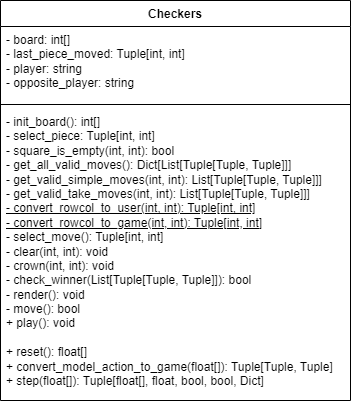
Earlier version of the draw.io export images/DraughtsUML.png (edgar-maddocks/NEA). Source tidied: cells renumbered, new cells last; positions are measured from the earlier drawing's top-left corner, leaving out a move shared by most shapes.
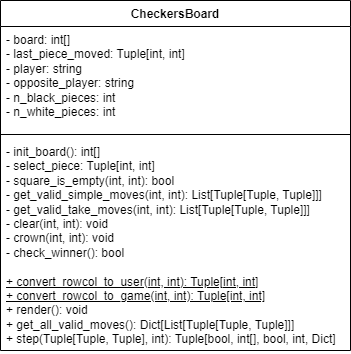
After the change.

Diff of the diagram source:
```diff
@@ -2,17 +2,17 @@
   <root>
     <mxCell id="0" />
     <mxCell id="1" parent="0" />
-    <mxCell id="2" value="Checkers" style="swimlane;fontStyle=1;align=center;verticalAlign=top;horizontal=1;startSize=26;whiteSpace=wrap;html=1;" parent="1" vertex="1">
-      <mxGeometry width="350" height="400" as="geometry" />
+    <mxCell id="2" value="CheckersBoard" style="swimlane;fontStyle=1;align=center;verticalAlign=top;horizontal=1;startSize=26;whiteSpace=wrap;html=1;" parent="1" vertex="1">
+      <mxGeometry width="350" height="350" as="geometry" />
     </mxCell>
-    <mxCell id="3" value="- board: int[]&lt;div&gt;- last_piece_moved: Tuple[int, int]&lt;/div&gt;&lt;div&gt;- player: string&lt;/div&gt;&lt;div&gt;- opposite_player: string&lt;/div&gt;" style="text;strokeColor=none;fillColor=none;align=left;verticalAlign=top;spacingLeft=4;spacingRight=4;overflow=hidden;whiteSpace=wrap;html=1;" parent="2" vertex="1">
-      <mxGeometry y="26" width="350" height="74" as="geometry" />
+    <mxCell id="3" value="- board: int[]&lt;div&gt;- last_piece_moved: Tuple[int, int]&lt;/div&gt;&lt;div&gt;- player: string&lt;/div&gt;&lt;div&gt;- opposite_player: string&lt;/div&gt;&lt;div&gt;- n_black_pieces: int&lt;/div&gt;&lt;div&gt;- n_white_pieces: int&lt;/div&gt;" style="text;strokeColor=none;fillColor=none;align=left;verticalAlign=top;spacingLeft=4;spacingRight=4;overflow=hidden;whiteSpace=wrap;html=1;" parent="2" vertex="1">
+      <mxGeometry y="26" width="350" height="104" as="geometry" />
     </mxCell>
     <mxCell id="4" style="line;strokeWidth=1;fillColor=none;align=left;verticalAlign=middle;spacingTop=-1;spacingLeft=3;spacingRight=3;labelPosition=right;strokeColor=inherit;" parent="2" vertex="1">
-      <mxGeometry y="100" width="350" height="8" as="geometry" />
+      <mxGeometry y="130" width="350" height="8" as="geometry" />
     </mxCell>
-    <mxCell id="5" value="- init_board(): int[]&lt;div&gt;- select_piece: Tuple[int, int]&lt;/div&gt;&lt;div&gt;- square_is_empty(int, int): bool&lt;/div&gt;&lt;div&gt;- get_all_valid_moves(): Dict[List[Tuple[Tuple, Tuple]]]&lt;/div&gt;&lt;div&gt;- get_valid_simple_moves(int, int): List[&lt;span style=&quot;background-color: initial;&quot;&gt;Tuple[Tuple, Tuple]]]&lt;/span&gt;&lt;/div&gt;&lt;div&gt;&lt;span style=&quot;background-color: initial;&quot;&gt;- get_valid_take_moves(int, int):&amp;nbsp;&lt;/span&gt;&lt;span style=&quot;background-color: initial;&quot;&gt;List[&lt;/span&gt;&lt;span style=&quot;background-color: initial;&quot;&gt;Tuple[Tuple, Tuple]]]&lt;/span&gt;&lt;/div&gt;&lt;div&gt;&lt;span style=&quot;background-color: initial;&quot;&gt;&lt;u&gt;- convert_rowcol_to_user(int, int): Tuple[int, int]&lt;/u&gt;&lt;/span&gt;&lt;/div&gt;&lt;div&gt;&lt;span style=&quot;background-color: initial;&quot;&gt;&lt;u&gt;- convert_rowcol_to_game(int, int): Tuple[int, int]&lt;/u&gt;&lt;/span&gt;&lt;/div&gt;&lt;div&gt;- select_move(): Tuple[int, int]&lt;/div&gt;&lt;div&gt;- clear(int, int): void&lt;/div&gt;&lt;div&gt;&lt;div&gt;- crown(int, int): void&lt;/div&gt;&lt;/div&gt;&lt;div&gt;- check_winner(List[Tuple[Tuple, Tuple]]): bool&lt;/div&gt;&lt;div&gt;- render(): void&lt;/div&gt;&lt;div&gt;- move(): bool&lt;/div&gt;&lt;div&gt;&lt;span style=&quot;background-color: initial;&quot;&gt;+ play(): void&lt;/span&gt;&lt;br&gt;&lt;/div&gt;&lt;div&gt;&lt;br&gt;&lt;/div&gt;&lt;div&gt;+ reset(): float[]&lt;/div&gt;&lt;div&gt;+ convert_model_action_to_game(float[]): Tuple[Tuple, Tuple]&lt;/div&gt;&lt;div&gt;+ step(float[]): Tuple[float[], float, bool, bool, Dict]&lt;/div&gt;" style="text;strokeColor=none;fillColor=none;align=left;verticalAlign=top;spacingLeft=4;spacingRight=4;overflow=hidden;whiteSpace=wrap;html=1;" parent="2" vertex="1">
-      <mxGeometry y="108" width="350" height="292" as="geometry" />
+    <mxCell id="5" value="- init_board(): int[]&lt;div&gt;- select_piece: Tuple[int, int]&lt;/div&gt;&lt;div&gt;- square_is_empty(int, int): bool&lt;/div&gt;&lt;div&gt;&lt;span style=&quot;background-color: initial;&quot;&gt;- get_valid_simple_moves(int, int): List[&lt;/span&gt;&lt;span style=&quot;background-color: initial;&quot;&gt;Tuple[Tuple, Tuple]]]&lt;/span&gt;&lt;br&gt;&lt;/div&gt;&lt;div&gt;&lt;span style=&quot;background-color: initial;&quot;&gt;- get_valid_take_moves(int, int):&amp;nbsp;&lt;/span&gt;&lt;span style=&quot;background-color: initial;&quot;&gt;List[&lt;/span&gt;&lt;span style=&quot;background-color: initial;&quot;&gt;Tuple[Tuple, Tuple]]]&lt;/span&gt;&lt;/div&gt;&lt;div&gt;&lt;span style=&quot;background-color: initial;&quot;&gt;- clear(int, int): void&lt;/span&gt;&lt;br&gt;&lt;/div&gt;&lt;div&gt;&lt;div&gt;- crown(int, int): void&lt;/div&gt;&lt;/div&gt;&lt;div&gt;- check_winner(): bool&lt;/div&gt;&lt;div&gt;&lt;br&gt;&lt;/div&gt;&lt;div&gt;&lt;div&gt;&lt;span style=&quot;background-color: initial;&quot;&gt;&lt;u&gt;+ convert_rowcol_to_user(int, int): Tuple[int, int]&lt;/u&gt;&lt;/span&gt;&lt;/div&gt;&lt;/div&gt;&lt;div&gt;&lt;div&gt;&lt;span style=&quot;background-color: initial;&quot;&gt;&lt;u&gt;+ convert_rowcol_to_game(int, int): Tuple[int, int]&lt;/u&gt;&lt;/span&gt;&lt;/div&gt;&lt;/div&gt;&lt;div&gt;&lt;div&gt;+ render(): void&lt;/div&gt;&lt;/div&gt;&lt;div&gt;&lt;div&gt;+ get_all_valid_moves(): Dict[List[Tuple[Tuple, Tuple]]]&lt;/div&gt;&lt;/div&gt;&lt;div&gt;+ step(Tuple[Tuple, Tuple], int): Tuple[bool, int[], bool, int, Dict]&lt;/div&gt;&lt;div&gt;&lt;div&gt;&lt;br&gt;&lt;/div&gt;&lt;/div&gt;" style="text;strokeColor=none;fillColor=none;align=left;verticalAlign=top;spacingLeft=4;spacingRight=4;overflow=hidden;whiteSpace=wrap;html=1;" parent="2" vertex="1">
+      <mxGeometry y="138" width="350" height="212" as="geometry" />
     </mxCell>
   </root>
 </mxGraphModel>
```
